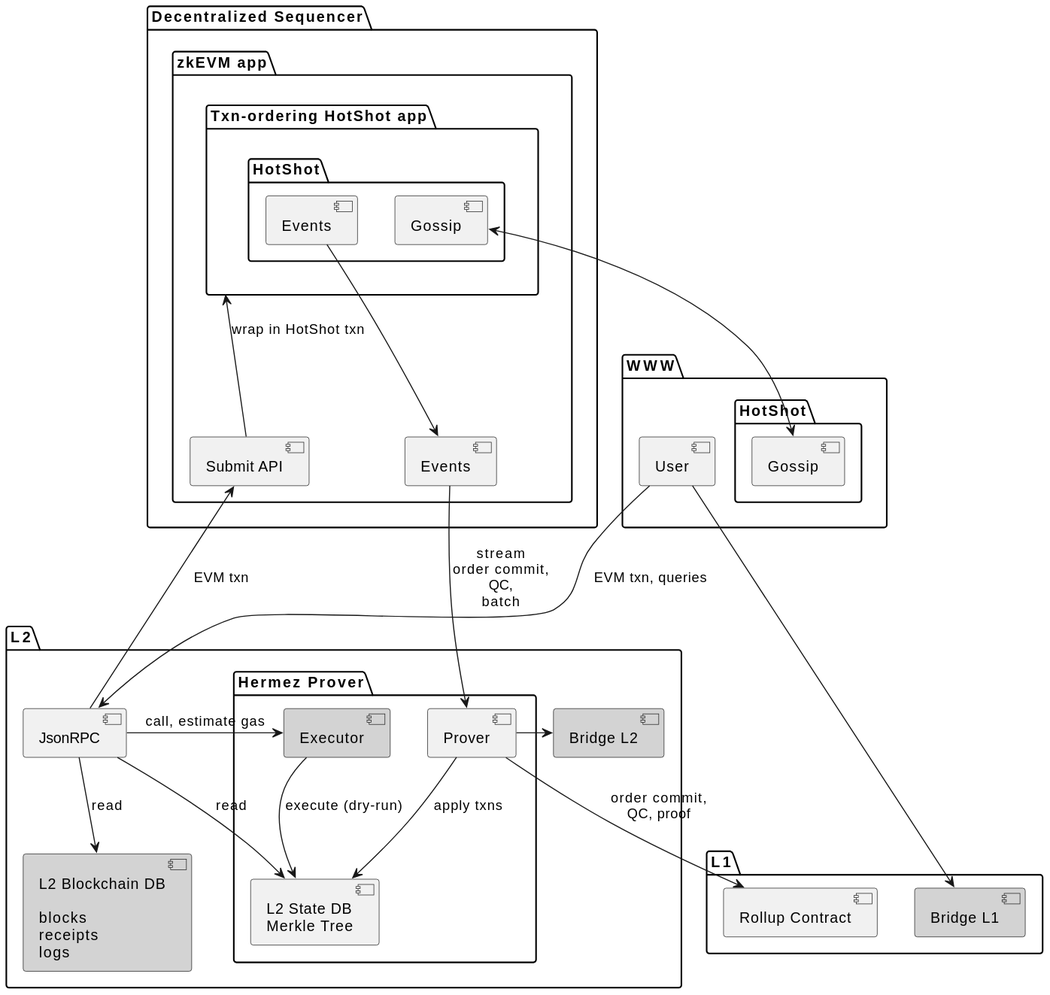
The PlantUML diagram doc/architecture.svg in EspressoSystems/espresso-sequencer, before a commit. Source of this version:
```plantuml
@startuml
package "WWW" {
  component User
  package "HotShot" as HotShotExternal {
    component "Gossip" as GossipExternal
  }
}

package "Decentralized Sequencer" {
  package "zkEVM app" as zkApp {
    component Events
    component "Submit API" as Submit
    package "Txn-ordering HotShot app" as App {
      package HotShot {
        component "Gossip" as GossipInternal
        component "Events" as HotShotEvents
      }
    }
  }
}

package L2 {
  component JsonRPC
  component L2DB #lightgrey [
    L2 Blockchain DB

    blocks
    receipts
    logs
  ]
  package "Hermez Prover" as HermezProver {
    component Prover
    component Executor #lightgrey
    component Tree [
      L2 State DB
      Merkle Tree
    ]
  }
  component "Bridge L2" as BridgeL2 #lightgrey
}

package L1 {
  component Rollup [
    Rollup Contract
  ]
  component "Bridge L1" as BridgeL1 #lightgrey
}

GossipInternal <-down-> GossipExternal
Prover -> BridgeL2

User --> JsonRPC: EVM txn, queries
JsonRPC -> Submit: EVM txn
JsonRPC --> L2DB: read
JsonRPC --> Tree: read
JsonRPC -> Executor: call, estimate gas

User -> BridgeL1
Submit -up-> App: wrap in HotShot txn
HotShotEvents -down-> Events

Executor --> Tree: execute (dry-run)
Prover --> Tree: apply txns
Events --> Prover: stream\norder commit,\nQC,\nbatch
Prover --> Rollup: order commit,\nQC, proof
@enduml
```
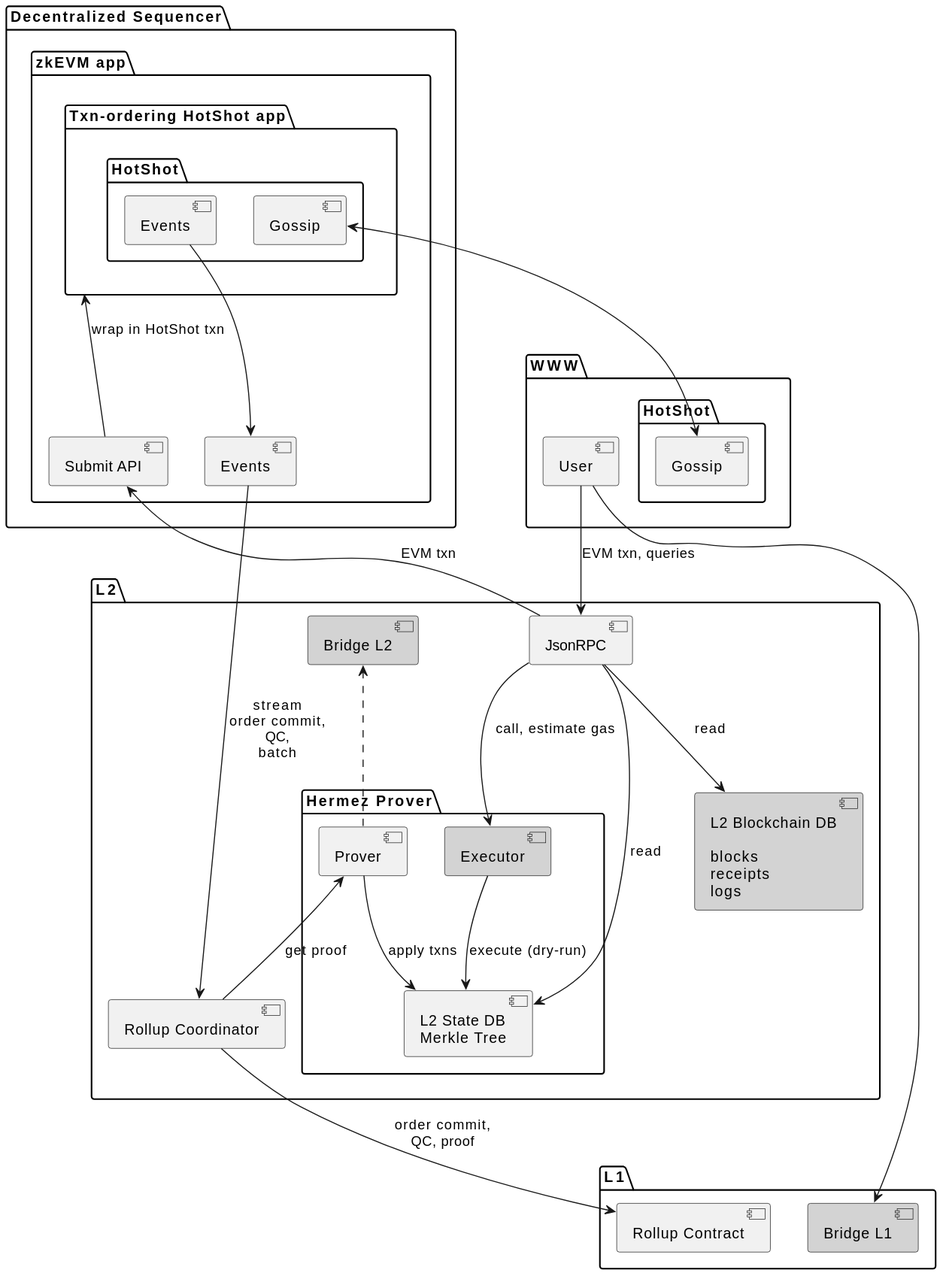
The same diagram one commit later.

Commit message:
Add rollup coordinator

Change to the diagram source:
```diff
@@ -37,7 +37,9 @@
     ]
   }
   component "Bridge L2" as BridgeL2 #lightgrey
+  component "Rollup Coordinator" as RollupCoordinator
 }
+
 
 package L1 {
   component Rollup [
@@ -47,20 +49,21 @@
 }
 
 GossipInternal <-down-> GossipExternal
-Prover -> BridgeL2
+Prover .up.> BridgeL2
 
 User --> JsonRPC: EVM txn, queries
-JsonRPC -> Submit: EVM txn
+JsonRPC -up-> Submit: EVM txn
 JsonRPC --> L2DB: read
 JsonRPC --> Tree: read
-JsonRPC -> Executor: call, estimate gas
+JsonRPC --> Executor: call, estimate gas
 
-User -> BridgeL1
+User --> BridgeL1
 Submit -up-> App: wrap in HotShot txn
 HotShotEvents -down-> Events
 
 Executor --> Tree: execute (dry-run)
 Prover --> Tree: apply txns
-Events --> Prover: stream\norder commit,\nQC,\nbatch
-Prover --> Rollup: order commit,\nQC, proof
+Events --> RollupCoordinator: stream\norder commit,\nQC,\nbatch
+RollupCoordinator -up-> Prover: get proof
+RollupCoordinator --> Rollup: order commit,\nQC, proof
 @enduml
```
